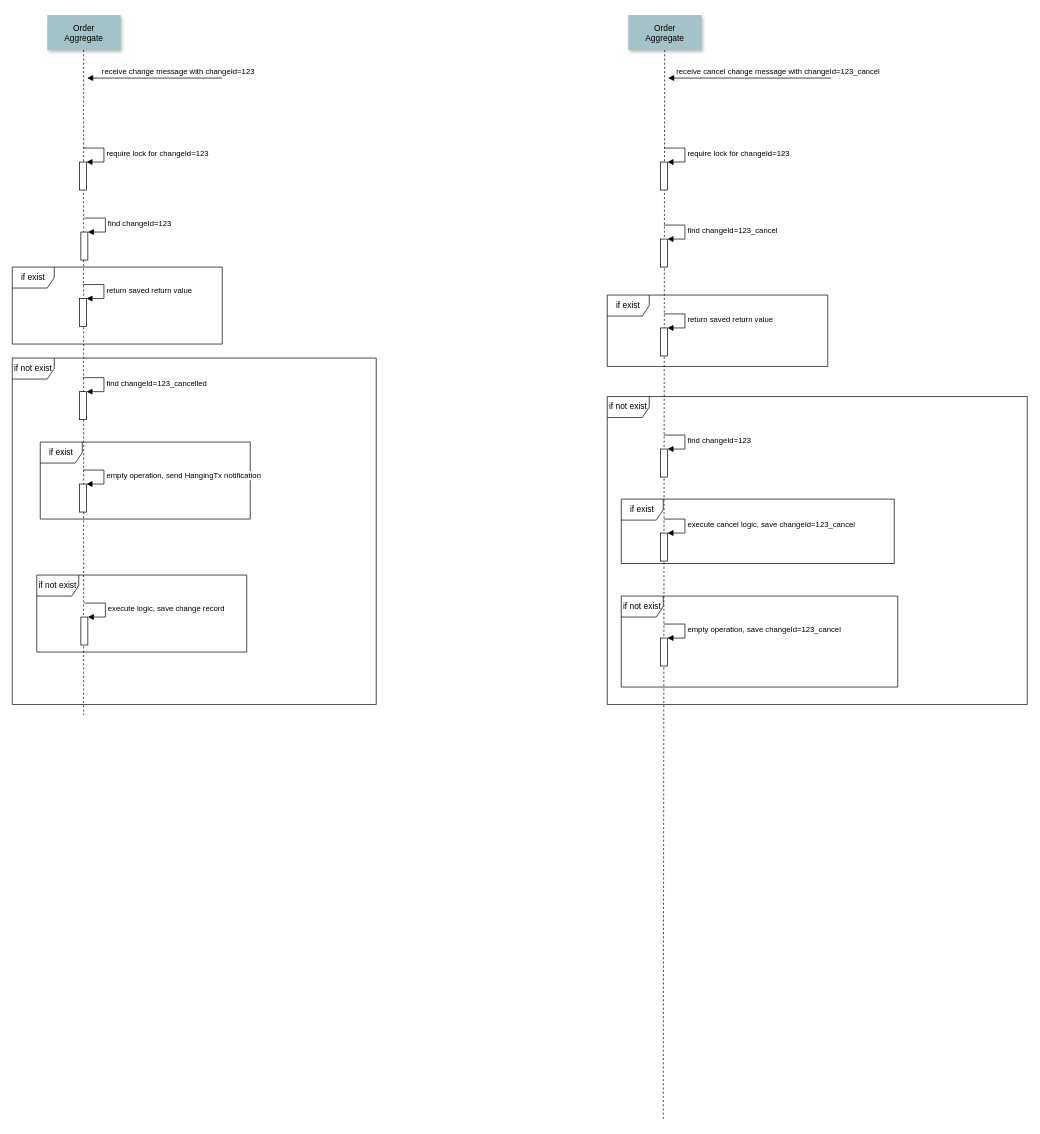
publicdevop2019/docs keeps this draw.io diagram as design/LTX.drawio. Above is the earlier version. Source tidied: cells renumbered, new cells numbered last; positions are measured from the earlier drawing's top-left corner, leaving out a move shared by most shapes. Both pictures are drawn from the tidied source at 70%, with x=0, y=0 at pixel (12, 15).
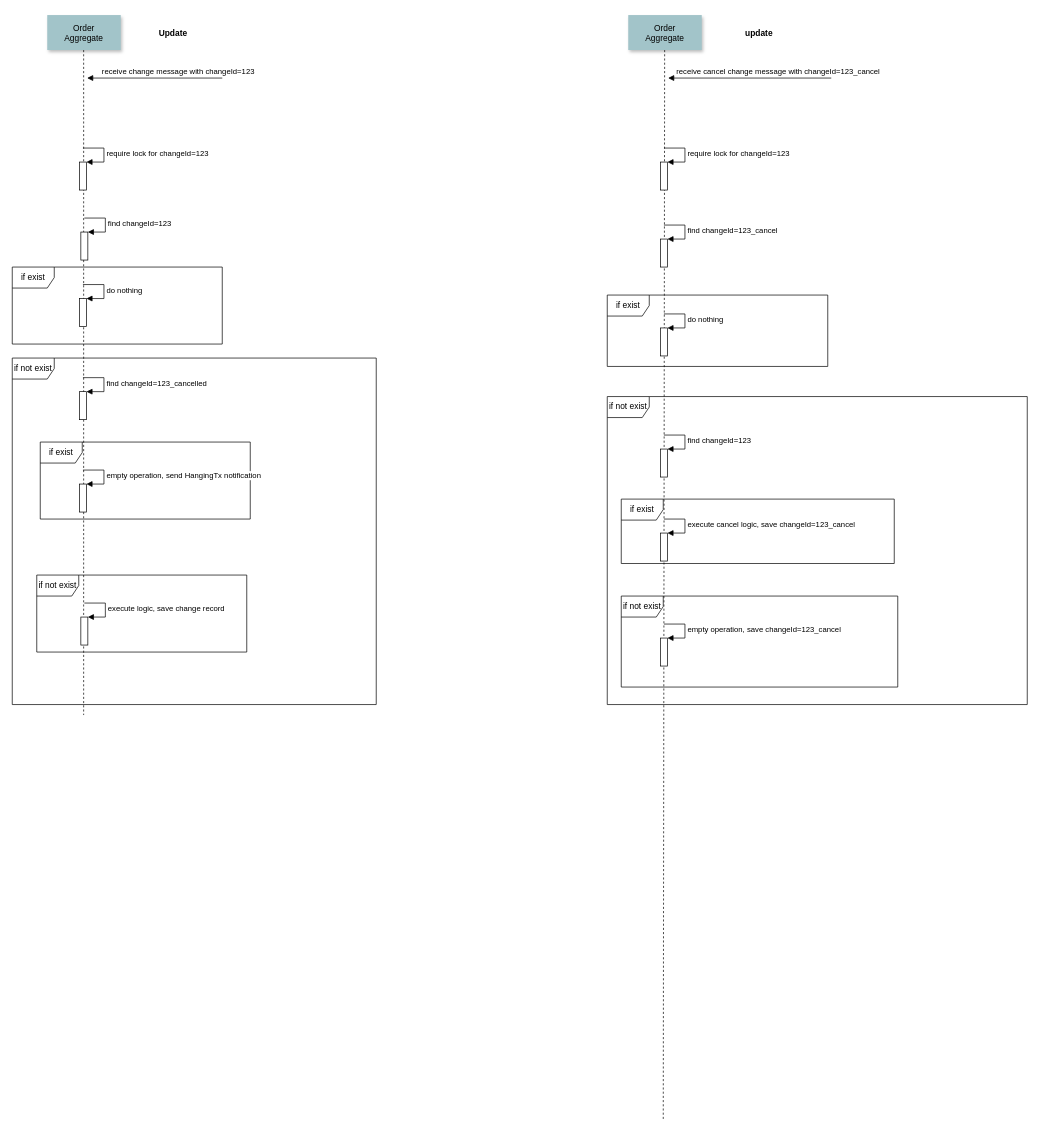
The same page after the edit.

Unchanged cells that the change refers to:
```xml
<mxCell id="26" style="html=1;points=[];perimeter=orthogonalPerimeter;" parent="1" vertex="1">
  <mxGeometry x="96" y="405" width="10" height="40" as="geometry" />
</mxCell>
<mxCell id="35" style="html=1;points=[];perimeter=orthogonalPerimeter;" parent="1" vertex="1">
  <mxGeometry x="926" y="447" width="10" height="40" as="geometry" />
</mxCell>
```

Change to the diagram source:
```diff
@@
-    <mxCell id="27" value="return saved return value" style="edgeStyle=orthogonalEdgeStyle;html=1;align=left;spacingLeft=2;endArrow=block;rounded=0;entryX=1;entryY=0;" parent="1" edge="1" target="26">
+    <mxCell id="27" value="do nothing" style="edgeStyle=orthogonalEdgeStyle;html=1;align=left;spacingLeft=2;endArrow=block;rounded=0;entryX=1;entryY=0;" parent="1" edge="1" target="26">
       <mxGeometry relative="1" as="geometry">
         <mxPoint x="101" y="385" as="sourcePoint" />
         <Array as="points">
           <mxPoint x="131" y="385" />
         </Array>
       </mxGeometry>
     </mxCell>
@@
-    <mxCell id="36" value="return saved return value" style="edgeStyle=orthogonalEdgeStyle;html=1;align=left;spacingLeft=2;endArrow=block;rounded=0;entryX=1;entryY=0;" parent="1" edge="1" target="35">
+    <mxCell id="36" value="do nothing" style="edgeStyle=orthogonalEdgeStyle;html=1;align=left;spacingLeft=2;endArrow=block;rounded=0;entryX=1;entryY=0;" parent="1" edge="1" target="35">
       <mxGeometry relative="1" as="geometry">
         <mxPoint x="931" y="427" as="sourcePoint" />
         <Array as="points">
           <mxPoint x="961" y="427" />
         </Array>
       </mxGeometry>
     </mxCell>
@@
+    <mxCell id="40" value="Update" style="text;align=center;fontStyle=1;verticalAlign=middle;spacingLeft=3;spacingRight=3;strokeColor=none;" parent="1" vertex="1">
+      <mxGeometry x="190" y="12" width="80" height="26" as="geometry" />
+    </mxCell>
+    <mxCell id="41" value="update" style="text;align=center;fontStyle=1;verticalAlign=middle;spacingLeft=3;spacingRight=3;strokeColor=none;" parent="1" vertex="1">
+      <mxGeometry x="1027" y="12" width="80" height="26" as="geometry" />
+    </mxCell>
```
